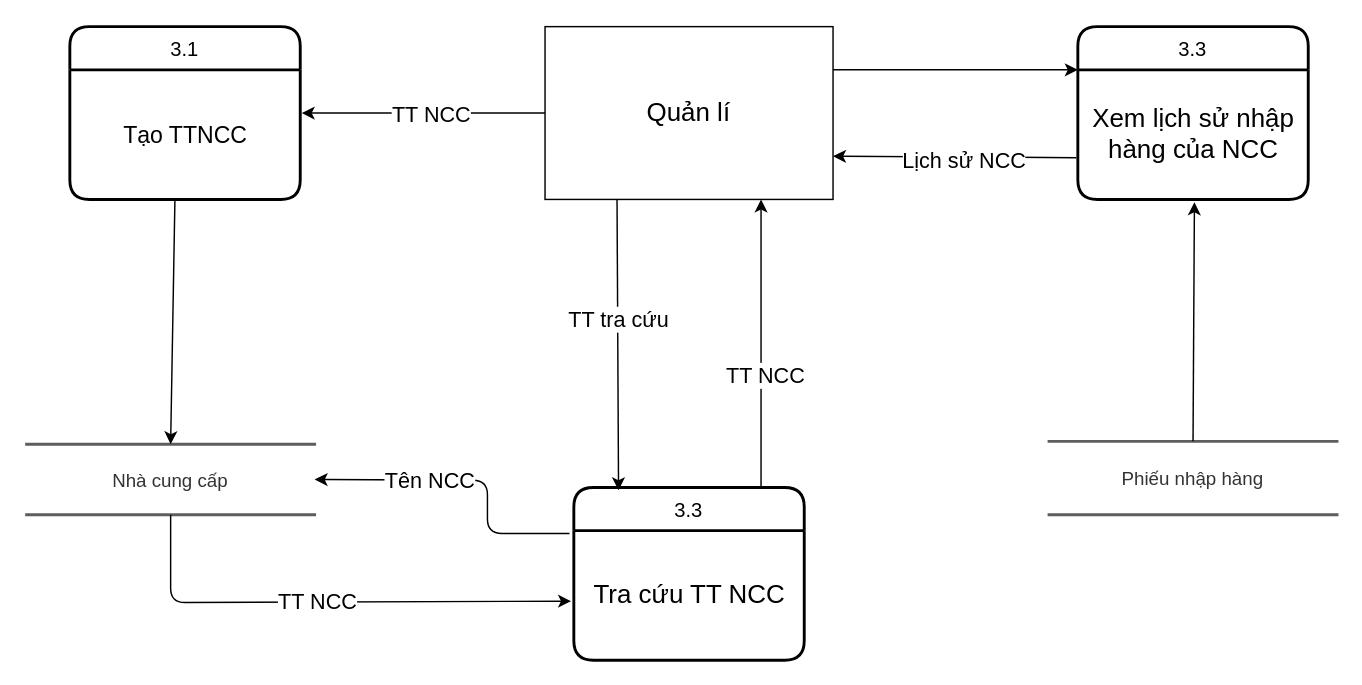
AlexTien202/congnghephanmem keeps this draw.io diagram as DFD/DFD-QLNCC.drawio. Above is the earlier version. Source tidied: cells renumbered, new cells numbered last; positions are measured from the earlier drawing's top-left corner, leaving out a move shared by most shapes. Both pictures are drawn from the tidied source at 144%, with x=0, y=0 at pixel (26, 26).
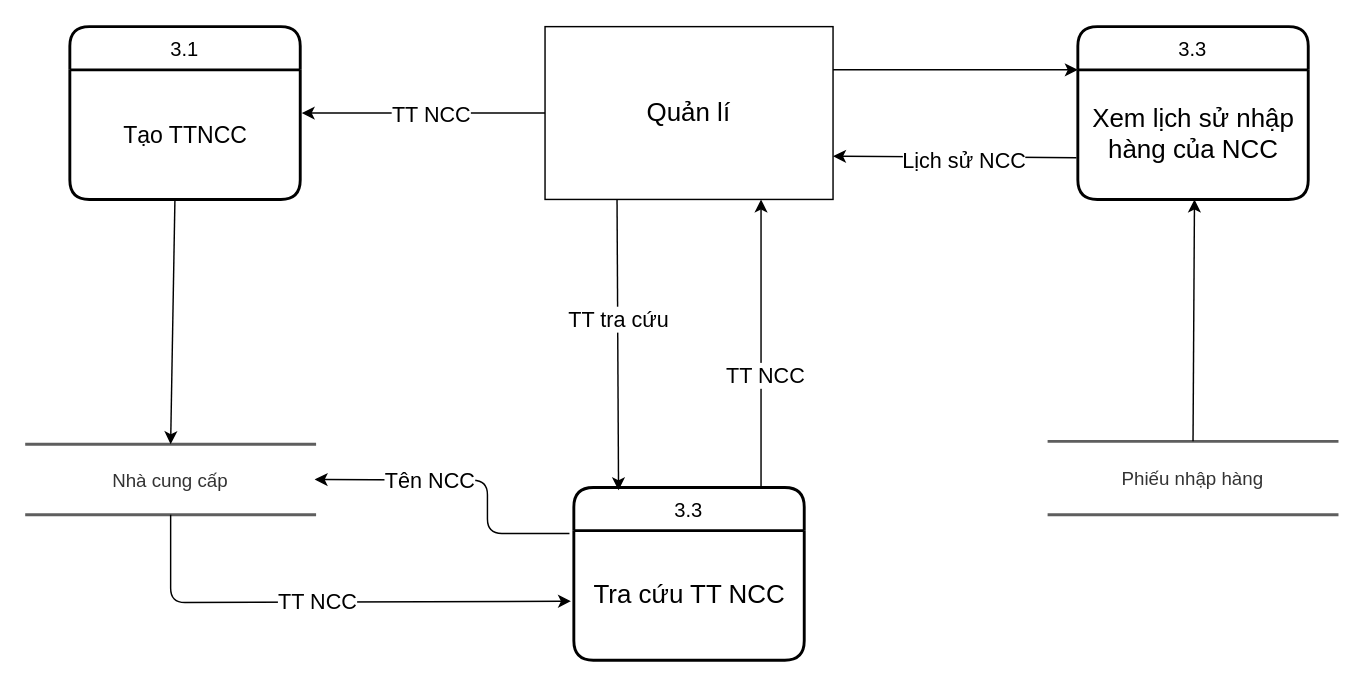
The same diagram, later.

Unchanged cells that the change refers to:
```xml
<mxCell id="5" value="&lt;font style=&quot;font-size: 18px&quot;&gt;Tra cứu TT NCC&lt;/font&gt;" style="text;html=1;align=center;verticalAlign=middle;points=[];" parent="4" vertex="1">
  <mxGeometry y="30" width="160" height="90" as="geometry" />
</mxCell>
<mxCell id="6" value="Nhà cung cấp" style="html=1;whiteSpace=wrap;shape=partialRectangle;right=0;left=0;whiteSpace=wrap;fontSize=13;fontColor=#333333;spacing=0;strokeColor=#5e5e5e;strokeOpacity=100;rounded=1;absoluteArcSize=1;arcSize=7.199999999999999;strokeWidth=2;" parent="1" vertex="1">
  <mxGeometry y="290" width="200" height="49" as="geometry" />
</mxCell>
<mxCell id="7" value="Phiếu nhập hàng" style="html=1;whiteSpace=wrap;shape=partialRectangle;right=0;left=0;whiteSpace=wrap;fontSize=13;fontColor=#333333;spacing=0;strokeColor=#5e5e5e;strokeOpacity=100;rounded=1;absoluteArcSize=1;arcSize=7.199999999999999;strokeWidth=2;" parent="1" vertex="1">
  <mxGeometry x="710" y="288" width="200" height="51" as="geometry" />
</mxCell>
<mxCell id="10" value="&lt;font style=&quot;font-size: 18px&quot;&gt;Xem lịch sử nhập &lt;br&gt;hàng của NCC&lt;/font&gt;" style="text;html=1;align=center;verticalAlign=middle;points=[];" parent="9" vertex="1">
  <mxGeometry y="30" width="160" height="90" as="geometry" />
</mxCell>
```

The edit, as a diff of the source:
```diff
@@
-    <mxCell id="14" style="endArrow=classic;html=1;exitX=0.5;exitY=0;exitDx=0;exitDy=0;entryX=0.506;entryY=1.022;entryDx=0;entryDy=0;entryPerimeter=0;" parent="1" edge="1" source="7" target="10">
-      <mxGeometry relative="1" as="geometry" />
+    <mxCell id="14" style="endArrow=classic;html=1;exitX=0.5;exitY=0;exitDx=0;exitDy=0;" parent="1" edge="1" source="7">
+      <mxGeometry relative="1" as="geometry">
+        <mxPoint x="811" y="120" as="targetPoint" />
+      </mxGeometry>
     </mxCell>
@@
-    <mxCell id="23" style="endArrow=classic;html=1;entryX=-0.012;entryY=0.544;entryDx=0;entryDy=0;entryPerimeter=0;exitX=0.5;exitY=1;exitDx=0;exitDy=0;" parent="1" edge="1" source="6" target="5">
+    <mxCell id="23" style="endArrow=classic;html=1;exitX=0.5;exitY=1;exitDx=0;exitDy=0;" parent="1" edge="1" source="6">
       <mxGeometry relative="1" as="geometry">
+        <mxPoint x="378" y="399" as="targetPoint" />
         <Array as="points">
           <mxPoint x="100" y="400" />
         </Array>
       </mxGeometry>
     </mxCell>
```
